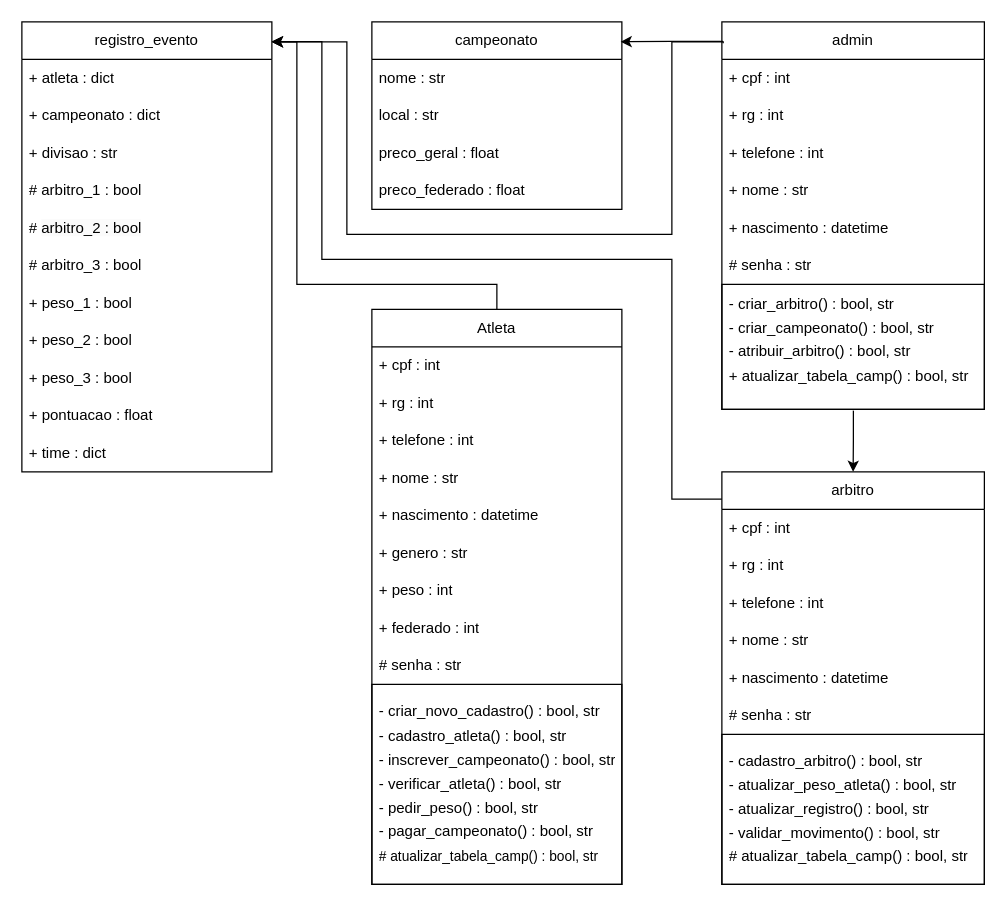
Before: diagrama_de_classe.drawio in pedro11065/PMS, a draw.io diagram. Source tidied: cells renumbered, new cells numbered last; positions are measured from the earlier drawing's top-left corner, leaving out a move shared by most shapes. Both pictures are drawn from the tidied source at 125%, with x=0, y=0 at pixel (21, 21).
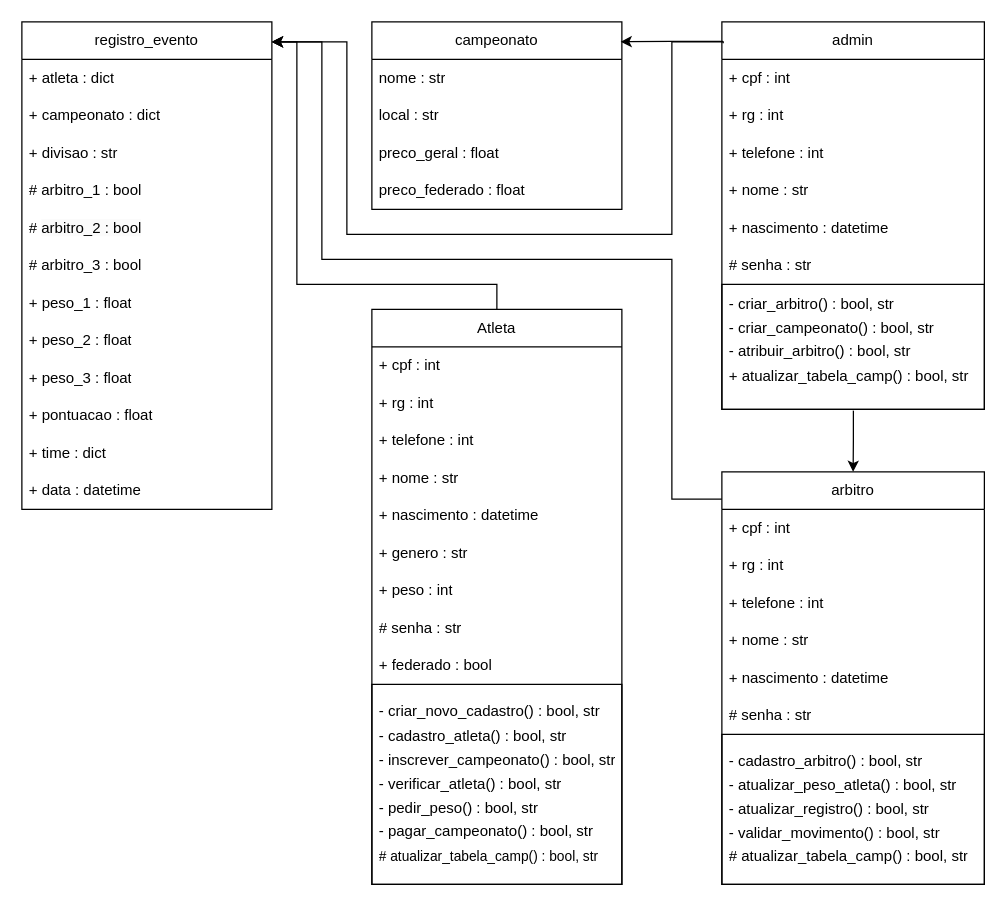
The same diagram, later.

Unchanged cells that the change refers to:
```xml
<mxCell id="2" value="Atleta" style="swimlane;fontStyle=0;horizontal=1;startSize=30;whiteSpace=wrap;html=1;" parent="1" vertex="1">
  <mxGeometry x="280" y="230" width="200" height="460" as="geometry" />
</mxCell>
<mxCell id="39" value="arbitro" style="swimlane;fontStyle=0;horizontal=1;startSize=30;whiteSpace=wrap;html=1;" parent="1" vertex="1">
  <mxGeometry x="560" y="360" width="210" height="330" as="geometry" />
</mxCell>
```

Change to the diagram source:
```diff
@@
+    <mxCell id="11" value="# senha : str" style="text;strokeColor=none;fillColor=none;align=left;verticalAlign=middle;spacingLeft=4;spacingRight=4;overflow=hidden;whiteSpace=wrap;html=1;" parent="2" vertex="1">
+      <mxGeometry y="240" width="200" height="30" as="geometry" />
+    </mxCell>
-    <mxCell id="10" value="+ federado : int" style="text;strokeColor=none;fillColor=none;align=left;verticalAlign=middle;spacingLeft=4;spacingRight=4;overflow=hidden;whiteSpace=wrap;html=1;" parent="2" vertex="1">
-      <mxGeometry y="240" width="200" height="30" as="geometry" />
+    <mxCell id="10" value="+ federado : bool" style="text;strokeColor=none;fillColor=none;align=left;verticalAlign=middle;spacingLeft=4;spacingRight=4;overflow=hidden;whiteSpace=wrap;html=1;" parent="2" vertex="1">
+      <mxGeometry y="270" width="200" height="30" as="geometry" />
     </mxCell>
-    <mxCell id="11" value="# senha : str" style="text;strokeColor=none;fillColor=none;align=left;verticalAlign=middle;spacingLeft=4;spacingRight=4;overflow=hidden;whiteSpace=wrap;html=1;" parent="2" vertex="1">
-      <mxGeometry y="270" width="200" height="30" as="geometry" />
-    </mxCell>
@@
     <mxCell id="26" value="registro_evento" style="swimlane;fontStyle=0;horizontal=1;startSize=30;whiteSpace=wrap;html=1;" parent="1" vertex="1">
-      <mxGeometry width="200" height="360" as="geometry" />
+      <mxGeometry width="200" height="390" as="geometry" />
     </mxCell>
@@
-    <mxCell id="33" value="+ peso_1 : bool" style="text;strokeColor=none;fillColor=none;align=left;verticalAlign=middle;spacingLeft=4;spacingRight=4;overflow=hidden;whiteSpace=wrap;html=1;" parent="26" vertex="1">
+    <mxCell id="33" value="&lt;div&gt;+ peso_1 : float&lt;/div&gt;" style="text;strokeColor=none;fillColor=none;align=left;verticalAlign=middle;spacingLeft=4;spacingRight=4;overflow=hidden;whiteSpace=wrap;html=1;" parent="26" vertex="1">
       <mxGeometry y="210" width="200" height="30" as="geometry" />
     </mxCell>
-    <mxCell id="34" value="+ peso_2 : bool" style="text;strokeColor=none;fillColor=none;align=left;verticalAlign=middle;spacingLeft=4;spacingRight=4;overflow=hidden;whiteSpace=wrap;html=1;" parent="26" vertex="1">
+    <mxCell id="34" value="+ peso_2 : float" style="text;strokeColor=none;fillColor=none;align=left;verticalAlign=middle;spacingLeft=4;spacingRight=4;overflow=hidden;whiteSpace=wrap;html=1;" parent="26" vertex="1">
       <mxGeometry y="240" width="200" height="30" as="geometry" />
     </mxCell>
-    <mxCell id="35" value="+ peso_3 : bool" style="text;strokeColor=none;fillColor=none;align=left;verticalAlign=middle;spacingLeft=4;spacingRight=4;overflow=hidden;whiteSpace=wrap;html=1;" parent="26" vertex="1">
+    <mxCell id="35" value="+ peso_3 : float" style="text;strokeColor=none;fillColor=none;align=left;verticalAlign=middle;spacingLeft=4;spacingRight=4;overflow=hidden;whiteSpace=wrap;html=1;" parent="26" vertex="1">
       <mxGeometry y="270" width="200" height="30" as="geometry" />
     </mxCell>
@@
+    <mxCell id="51" value="+ data : datetime" style="text;strokeColor=none;fillColor=none;align=left;verticalAlign=middle;spacingLeft=4;spacingRight=4;overflow=hidden;whiteSpace=wrap;html=1;" parent="26" vertex="1">
+      <mxGeometry y="360" width="200" height="30" as="geometry" />
+    </mxCell>
-    <mxCell id="38" style="edgeStyle=orthogonalEdgeStyle;rounded=0;jettySize=auto;html=1;exitX=0.02;exitY=0.066;exitDx=0;exitDy=0;exitPerimeter=0;entryX=0.999;entryY=0.044;entryDx=0;entryDy=0;entryPerimeter=0;" parent="1" edge="1" source="39" target="26">
+    <mxCell id="38" style="edgeStyle=orthogonalEdgeStyle;rounded=0;jettySize=auto;html=1;exitX=0.02;exitY=0.066;exitDx=0;exitDy=0;exitPerimeter=0;" parent="1" edge="1" source="39" target="26">
       <mxGeometry relative="1" as="geometry">
         <Array as="points">
           <mxPoint x="520" y="382" />
           <mxPoint x="520" y="190" />
           <mxPoint x="240" y="190" />
           <mxPoint x="240" y="16" />
-          <mxPoint x="200" y="16" />
         </Array>
       </mxGeometry>
     </mxCell>
```
